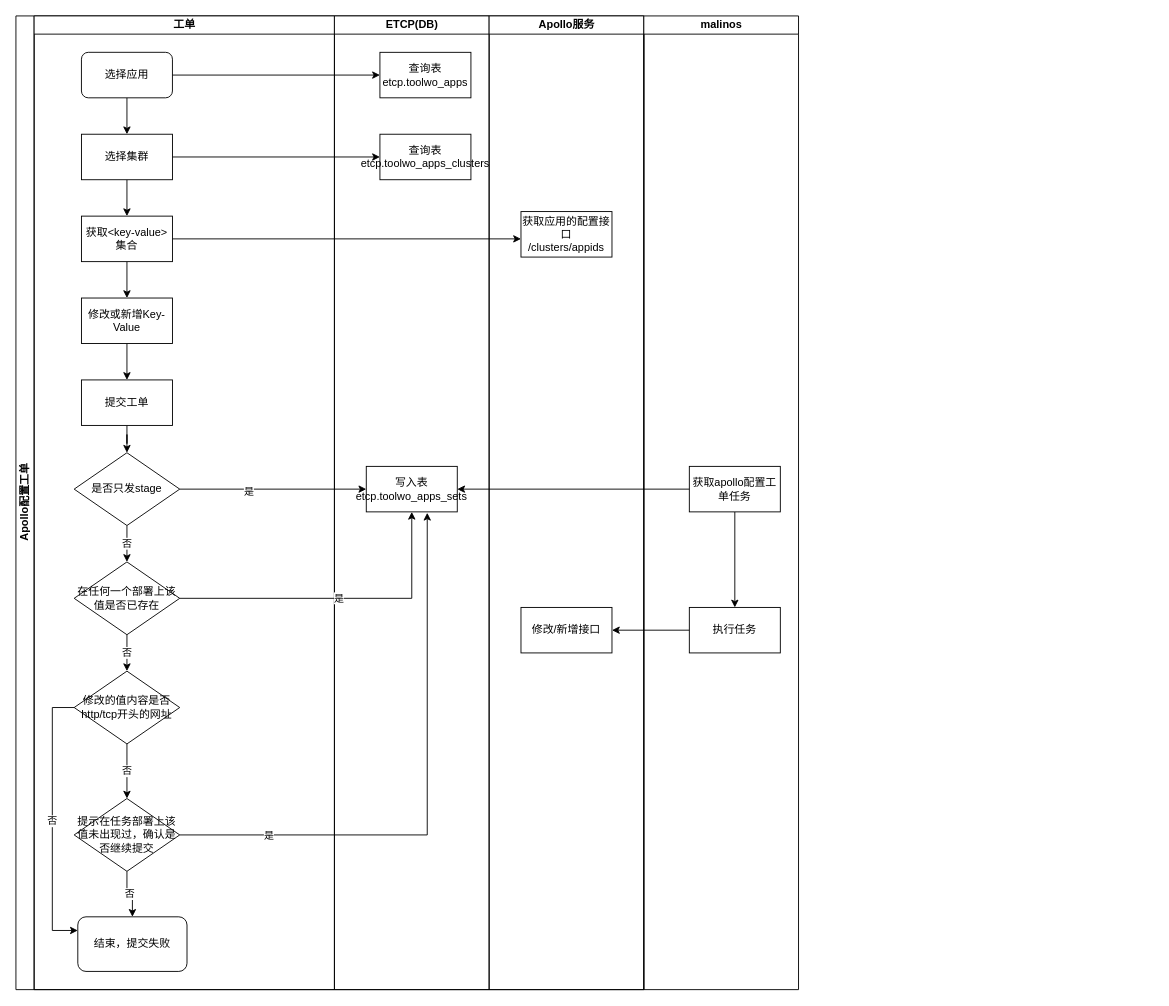
This is page "第 3 页" (3 of 3) of apollo配置工单.drawio from mashifei/uml, a draw.io file, before an edit. Source tidied: cells renumbered, new cells numbered last; positions are measured from the earlier drawing's top-left corner, leaving out a move shared by most shapes. Both pictures are drawn from the tidied source at 91%, with x=0, y=0 at pixel (15, 15).
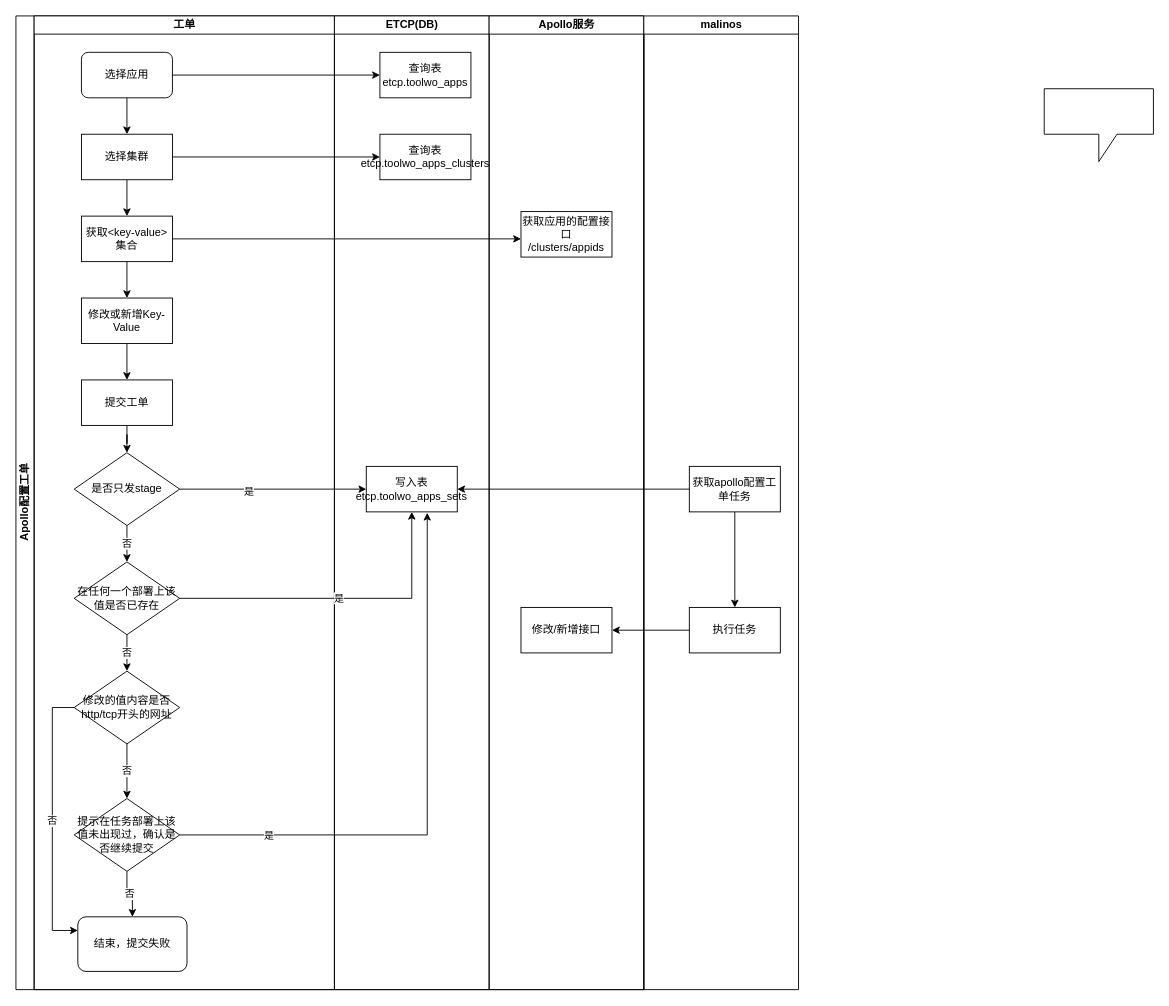
After the change.

Commit message:
更新apollo配置工单.drawio

Diff of the diagram source:
```diff
@@
+    <mxCell id="45" style="shape=callout;whiteSpace=wrap;html=1;perimeter=calloutPerimeter;" parent="1" vertex="1">
+      <mxGeometry x="1130" y="80" width="120" height="80" as="geometry" />
+    </mxCell>
```
